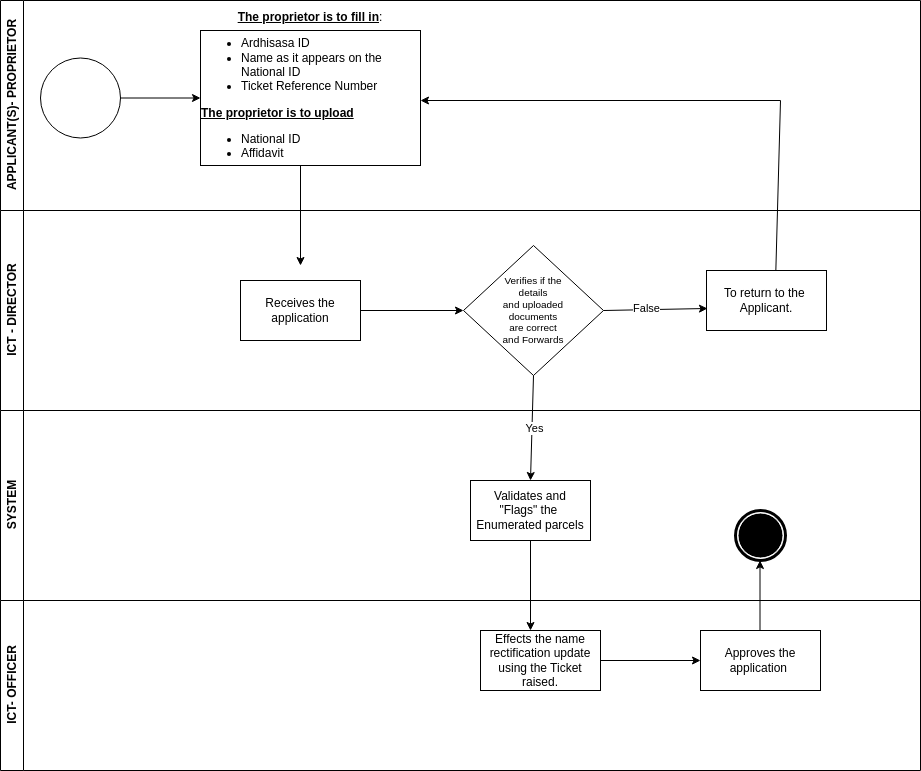
The draw.io diagram ACCOUNT NAME RECTIFICATION.drawio.png in NjeriNjeru/BPMN, before a commit. Source tidied: cells renumbered, new cells last; positions are measured from the earlier drawing's top-left corner, leaving out a move shared by most shapes.
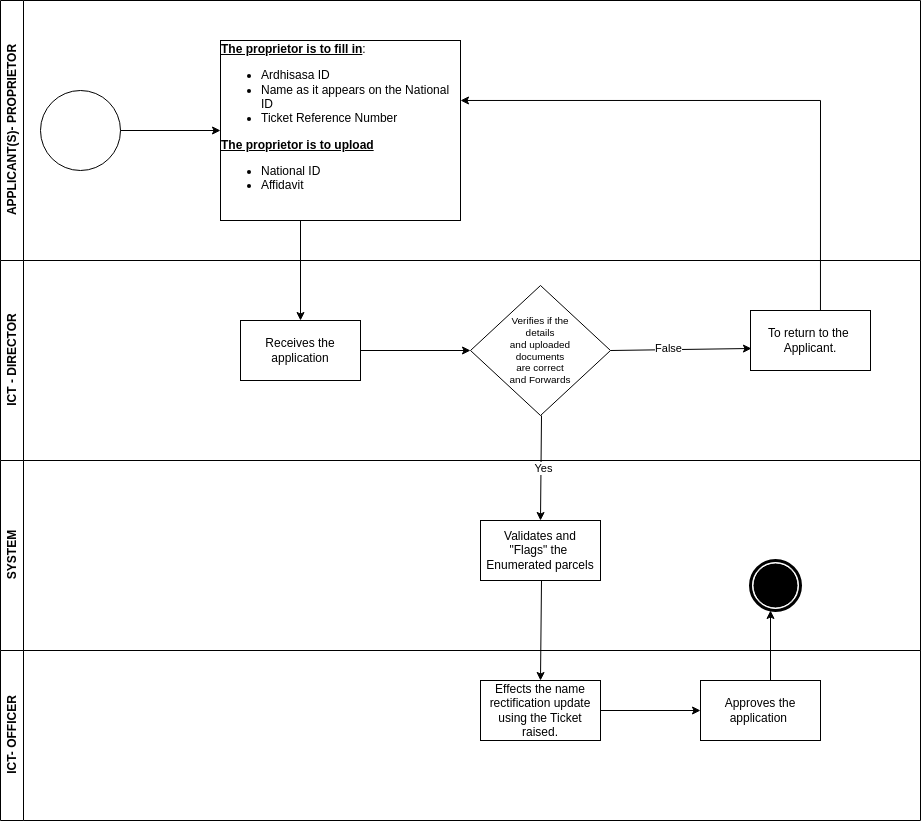
After the change.

Diff of the diagram source:
```diff
@@ -9,32 +9,23 @@
       </mxGeometry>
     </mxCell>
     <mxCell id="3" value="APPLICANT(S)- PROPRIETOR" style="swimlane;horizontal=0;whiteSpace=wrap;html=1;" parent="1" vertex="1">
-      <mxGeometry width="920" height="210" as="geometry" />
+      <mxGeometry y="-50" width="920" height="260" as="geometry" />
     </mxCell>
-    <mxCell id="4" value="&lt;b&gt;&lt;u&gt;The proprietor is to fill in&lt;/u&gt;&lt;/b&gt;:&lt;div&gt;&lt;ul&gt;&lt;li style=&quot;text-align: left;&quot;&gt;Ardhisasa ID&lt;/li&gt;&lt;li style=&quot;text-align: left;&quot;&gt;Name as it appears on the National ID&lt;/li&gt;&lt;li style=&quot;text-align: left;&quot;&gt;Ticket Reference Number&lt;/li&gt;&lt;/ul&gt;&lt;div style=&quot;text-align: left;&quot;&gt;&lt;b&gt;&lt;u&gt;The proprietor is to upload&lt;/u&gt;&lt;/b&gt;&lt;/div&gt;&lt;div style=&quot;text-align: left;&quot;&gt;&lt;ul&gt;&lt;li&gt;National ID&lt;/li&gt;&lt;li&gt;Affidavit&lt;/li&gt;&lt;/ul&gt;&lt;/div&gt;&lt;div&gt;&lt;br&gt;&lt;/div&gt;&lt;/div&gt;" style="whiteSpace=wrap;html=1;" parent="3" vertex="1">
-      <mxGeometry x="200" y="30" width="220" height="135" as="geometry" />
+    <mxCell id="4" value="&lt;div style=&quot;text-align: left;&quot;&gt;&lt;b style=&quot;background-color: initial;&quot;&gt;&lt;u&gt;The proprietor is to fill in&lt;/u&gt;&lt;/b&gt;&lt;span style=&quot;background-color: initial;&quot;&gt;:&lt;/span&gt;&lt;/div&gt;&lt;div&gt;&lt;ul&gt;&lt;li style=&quot;text-align: left;&quot;&gt;Ardhisasa ID&lt;/li&gt;&lt;li style=&quot;text-align: left;&quot;&gt;Name as it appears on the National ID&lt;/li&gt;&lt;li style=&quot;text-align: left;&quot;&gt;Ticket Reference Number&lt;/li&gt;&lt;/ul&gt;&lt;div style=&quot;text-align: left;&quot;&gt;&lt;b&gt;&lt;u&gt;The proprietor is to upload&lt;/u&gt;&lt;/b&gt;&lt;/div&gt;&lt;div style=&quot;text-align: left;&quot;&gt;&lt;ul&gt;&lt;li&gt;National ID&lt;/li&gt;&lt;li&gt;Affidavit&lt;/li&gt;&lt;/ul&gt;&lt;/div&gt;&lt;div&gt;&lt;br&gt;&lt;/div&gt;&lt;/div&gt;" style="whiteSpace=wrap;html=1;" parent="3" vertex="1">
+      <mxGeometry x="220" y="40" width="240" height="180" as="geometry" />
     </mxCell>
     <mxCell id="5" style="ellipse;whiteSpace=wrap;html=1;" parent="3" vertex="1">
-      <mxGeometry x="40" y="57.5" width="80" height="80" as="geometry" />
+      <mxGeometry x="40" y="90" width="80" height="80" as="geometry" />
     </mxCell>
     <mxCell id="6" style="edgeStyle=orthogonalEdgeStyle;rounded=0;jettySize=auto;html=1;" parent="3" edge="1" source="5" target="4">
       <mxGeometry relative="1" as="geometry" />
     </mxCell>
     <mxCell id="7" style="edgeStyle=none;orthogonalLoop=1;jettySize=auto;html=1;rounded=0;" parent="3" edge="1">
       <mxGeometry relative="1" as="geometry">
-        <mxPoint x="300" y="165" as="sourcePoint" />
-        <mxPoint x="300" y="265" as="targetPoint" />
+        <mxPoint x="300" y="220" as="sourcePoint" />
+        <mxPoint x="300" y="320" as="targetPoint" />
       </mxGeometry>
     </mxCell>
-    <mxCell id="8" style="endArrow=classic;html=1;rounded=0;entryX=0.991;entryY=0.337;entryDx=0;entryDy=0;exitX=0.608;exitY=0;exitDx=0;exitDy=0;exitPerimeter=0;entryPerimeter=0;" parent="3" edge="1">
-      <mxGeometry relative="1" as="geometry">
-        <mxPoint x="774.9" y="284.5" as="sourcePoint" />
-        <mxPoint x="420" y="100" as="targetPoint" />
-        <Array as="points">
-          <mxPoint x="780" y="100" />
-        </Array>
-      </mxGeometry>
-    </mxCell>
     <mxCell id="9" value="ICT - DIRECTOR" style="swimlane;horizontal=0;whiteSpace=wrap;html=1;" parent="1" vertex="1">
       <mxGeometry y="210" width="920" height="200" as="geometry" />
     </mxCell>
@@ -42,13 +33,13 @@
       <mxGeometry relative="1" as="geometry" />
     </mxCell>
     <mxCell id="11" value="Receives the application" style="whiteSpace=wrap;html=1;" parent="9" vertex="1">
-      <mxGeometry x="240" y="70" width="120" height="60" as="geometry" />
+      <mxGeometry x="240" y="60" width="120" height="60" as="geometry" />
     </mxCell>
     <mxCell id="12" value="&lt;h5&gt;&lt;span style=&quot;font-weight: normal;&quot;&gt;Verifies if the&lt;br&gt;&amp;nbsp;details&amp;nbsp;&lt;br&gt;and uploaded&lt;br&gt;documents&lt;br&gt;are correct&lt;br&gt;and Forwards&lt;/span&gt;&lt;/h5&gt;" style="rhombus;whiteSpace=wrap;html=1;align=center;" parent="9" vertex="1">
-      <mxGeometry x="463" y="35" width="140" height="130" as="geometry" />
+      <mxGeometry x="470" y="25" width="140" height="130" as="geometry" />
     </mxCell>
     <mxCell id="13" value="To return to the&amp;nbsp;&lt;div&gt;Applicant.&lt;/div&gt;" style="whiteSpace=wrap;html=1;" parent="9" vertex="1">
-      <mxGeometry x="706" y="60" width="120" height="60" as="geometry" />
+      <mxGeometry x="750" y="50" width="120" height="60" as="geometry" />
     </mxCell>
     <mxCell id="14" style="endArrow=classic;html=1;rounded=0;exitX=1;exitY=0.5;exitDx=0;exitDy=0;entryX=0.008;entryY=0.633;entryDx=0;entryDy=0;entryPerimeter=0;" parent="9" edge="1" source="12" target="13">
       <mxGeometry relative="1" as="geometry" />
@@ -56,14 +47,23 @@
     <mxCell id="15" value="False" style="edgeLabel;html=1;align=center;verticalAlign=middle;" parent="14" vertex="1">
       <mxGeometry x="-0.17" y="2" relative="1" as="geometry" />
     </mxCell>
+    <mxCell id="8" style="endArrow=classic;html=1;rounded=0;entryX=0.991;entryY=0.337;entryDx=0;entryDy=0;exitX=0.583;exitY=0.167;exitDx=0;exitDy=0;exitPerimeter=0;entryPerimeter=0;" parent="9" edge="1">
+      <mxGeometry relative="1" as="geometry">
+        <mxPoint x="820" y="50" as="sourcePoint" />
+        <mxPoint x="460" y="-160" as="targetPoint" />
+        <Array as="points">
+          <mxPoint x="820" y="-160" />
+        </Array>
+      </mxGeometry>
+    </mxCell>
     <mxCell id="16" value="SYSTEM" style="swimlane;horizontal=0;whiteSpace=wrap;html=1;" parent="1" vertex="1">
       <mxGeometry y="410" width="920" height="190" as="geometry" />
     </mxCell>
     <mxCell id="17" value="Validates and&lt;div&gt;&quot;Flags&quot; the&amp;nbsp;&lt;/div&gt;&lt;div&gt;Enumerated parcels&lt;/div&gt;" style="whiteSpace=wrap;html=1;" parent="16" vertex="1">
-      <mxGeometry x="470" y="70" width="120" height="60" as="geometry" />
+      <mxGeometry x="480" y="60" width="120" height="60" as="geometry" />
     </mxCell>
     <mxCell id="18" style="shape=mxgraph.bpmn.event;html=1;verticalLabelPosition=bottom;labelBackgroundColor=#ffffff;verticalAlign=top;align=center;perimeter=ellipsePerimeter;outline=end;symbol=terminate;" parent="16" vertex="1">
-      <mxGeometry x="735" y="100" width="50" height="50" as="geometry" />
+      <mxGeometry x="750" y="100" width="50" height="50" as="geometry" />
     </mxCell>
     <mxCell id="19" value="ICT- OFFICER" style="swimlane;horizontal=0;whiteSpace=wrap;html=1;" parent="1" vertex="1">
       <mxGeometry y="600" width="920" height="170" as="geometry" />
@@ -79,21 +79,22 @@
     </mxCell>
     <mxCell id="23" style="endArrow=classic;html=1;rounded=0;" parent="19" edge="1">
       <mxGeometry relative="1" as="geometry">
-        <mxPoint x="759.5" y="30" as="sourcePoint" />
-        <mxPoint x="759.5" y="-40" as="targetPoint" />
+        <mxPoint x="770" y="30" as="sourcePoint" />
+        <mxPoint x="770" y="-40" as="targetPoint" />
       </mxGeometry>
     </mxCell>
-    <mxCell id="24" style="endArrow=classic;html=1;rounded=0;exitX=0.5;exitY=1;exitDx=0;exitDy=0;" parent="1" edge="1" source="12">
+    <mxCell id="24" style="endArrow=classic;html=1;rounded=0;exitX=0.5;exitY=1;exitDx=0;exitDy=0;" parent="1" edge="1">
       <mxGeometry relative="1" as="geometry">
-        <mxPoint x="530" y="480" as="targetPoint" />
+        <mxPoint x="541" y="365" as="sourcePoint" />
+        <mxPoint x="540" y="470" as="targetPoint" />
       </mxGeometry>
     </mxCell>
     <mxCell id="25" value="Yes" style="edgeLabel;html=1;align=center;verticalAlign=middle;" parent="24" vertex="1">
       <mxGeometry x="-0.01" y="2" relative="1" as="geometry" />
     </mxCell>
-    <mxCell id="26" style="endArrow=classic;html=1;rounded=0;exitX=0.5;exitY=1;exitDx=0;exitDy=0;" parent="1" edge="1" source="17">
+    <mxCell id="26" style="endArrow=classic;html=1;rounded=0;exitX=0.5;exitY=1;exitDx=0;exitDy=0;entryX=0.5;entryY=0;entryDx=0;entryDy=0;" parent="1" edge="1" target="21">
       <mxGeometry relative="1" as="geometry">
-        <mxPoint x="530" y="630" as="targetPoint" />
+        <mxPoint x="541" y="530" as="sourcePoint" />
       </mxGeometry>
     </mxCell>
   </root>
```
